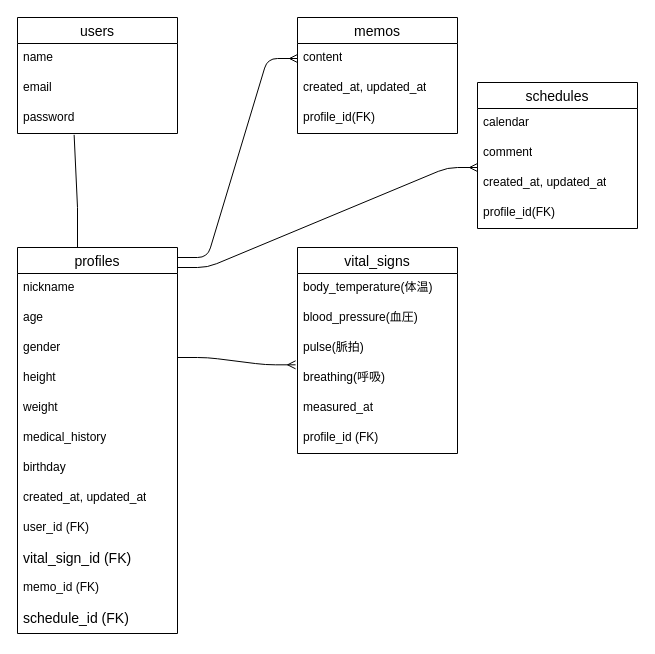
chia211/original_app keeps this draw.io diagram as er.dio. Above is the earlier version. Source tidied: cells renumbered, new cells numbered last; positions are measured from the earlier drawing's top-left corner, leaving out a move shared by most shapes. Both pictures are drawn from the tidied source at 100%, with x=0, y=0 at pixel (17, 17).
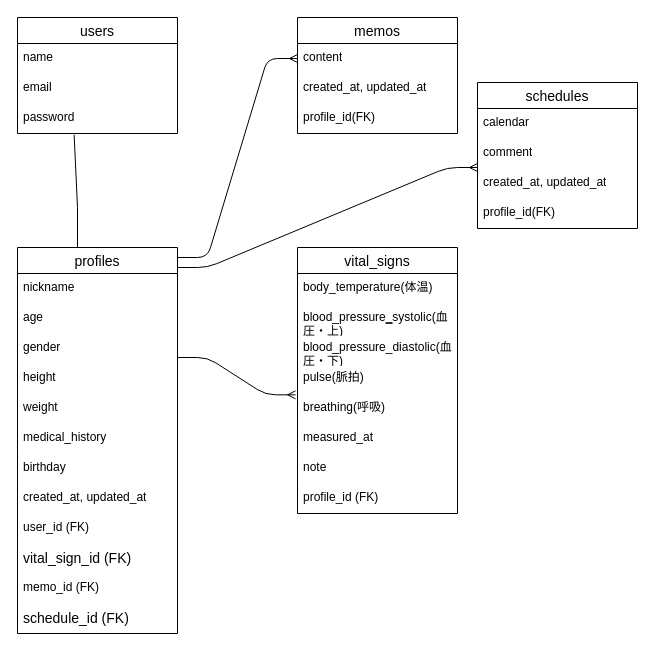
The same diagram, later.

The edit, as a diff of the source:
```diff
@@
     <mxCell id="19" value="vital_signs" style="swimlane;fontStyle=0;horizontal=1;startSize=26;align=center;fontSize=14;" parent="1" vertex="1">
-      <mxGeometry x="280" y="230" width="160" height="206" as="geometry" />
+      <mxGeometry x="280" y="230" width="160" height="266" as="geometry" />
     </mxCell>
@@
-    <mxCell id="21" value="blood_pressure(血圧)" style="text;strokeColor=none;fillColor=none;spacingLeft=4;spacingRight=4;overflow=hidden;fontSize=12;whiteSpace=wrap;html=1;" parent="19" vertex="1">
+    <mxCell id="21" value="blood_pressure‗systolic(血圧・上)" style="text;strokeColor=none;fillColor=none;spacingLeft=4;spacingRight=4;overflow=hidden;fontSize=12;whiteSpace=wrap;html=1;" parent="19" vertex="1">
       <mxGeometry y="56" width="160" height="30" as="geometry" />
     </mxCell>
+    <mxCell id="39" value="blood_pressure_diastolic(血圧・下)" style="text;strokeColor=none;fillColor=none;spacingLeft=4;spacingRight=4;overflow=hidden;fontSize=12;whiteSpace=wrap;html=1;" parent="19" vertex="1">
+      <mxGeometry y="86" width="160" height="30" as="geometry" />
+    </mxCell>
     <mxCell id="22" value="pulse(脈拍)" style="text;strokeColor=none;fillColor=none;spacingLeft=4;spacingRight=4;overflow=hidden;fontSize=12;whiteSpace=wrap;html=1;" parent="19" vertex="1">
-      <mxGeometry y="86" width="160" height="30" as="geometry" />
+      <mxGeometry y="116" width="160" height="30" as="geometry" />
     </mxCell>
     <mxCell id="23" value="breathing(呼吸)" style="text;strokeColor=none;fillColor=none;spacingLeft=4;spacingRight=4;overflow=hidden;points=[[0,0.5],[1,0.5]];portConstraint=eastwest;fontSize=12;whiteSpace=wrap;html=1;" parent="19" vertex="1">
-      <mxGeometry y="116" width="160" height="30" as="geometry" />
+      <mxGeometry y="146" width="160" height="30" as="geometry" />
     </mxCell>
     <mxCell id="24" value="measured_at" style="text;strokeColor=none;fillColor=none;spacingLeft=4;spacingRight=4;overflow=hidden;fontSize=12;whiteSpace=wrap;html=1;" parent="19" vertex="1">
-      <mxGeometry y="146" width="160" height="30" as="geometry" />
+      <mxGeometry y="176" width="160" height="30" as="geometry" />
     </mxCell>
+    <mxCell id="40" value="note&amp;nbsp;" style="text;strokeColor=none;fillColor=none;spacingLeft=4;spacingRight=4;overflow=hidden;fontSize=12;whiteSpace=wrap;html=1;" parent="19" vertex="1">
+      <mxGeometry y="206" width="160" height="30" as="geometry" />
+    </mxCell>
     <mxCell id="25" value="profile_id (FK)" style="text;strokeColor=none;fillColor=none;spacingLeft=4;spacingRight=4;overflow=hidden;fontSize=12;whiteSpace=wrap;html=1;" parent="19" vertex="1">
-      <mxGeometry y="176" width="160" height="30" as="geometry" />
+      <mxGeometry y="236" width="160" height="30" as="geometry" />
     </mxCell>
```
